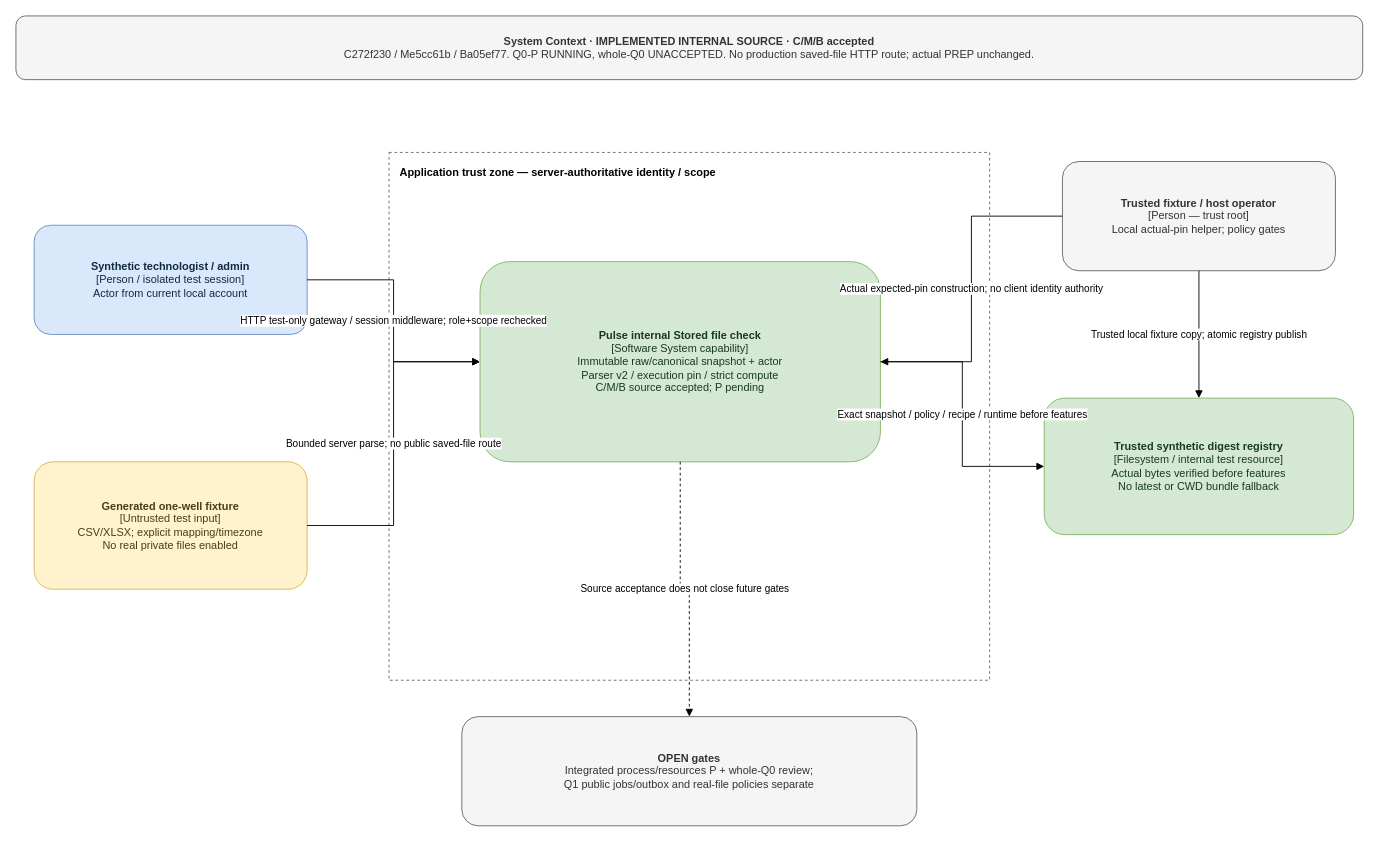
Before: page "C1 Implemented internal — source accepted" (5 of 6) of docs/q0-artifact-pinning.drawio in effitech-pulse/pulse-backend, a draw.io diagram. Source tidied: cells renumbered, new cells numbered last; positions are measured from the earlier drawing's top-left corner, leaving out a move shared by most shapes. Both pictures are drawn from the tidied source at 91%, with x=0, y=0 at pixel (15, 15).
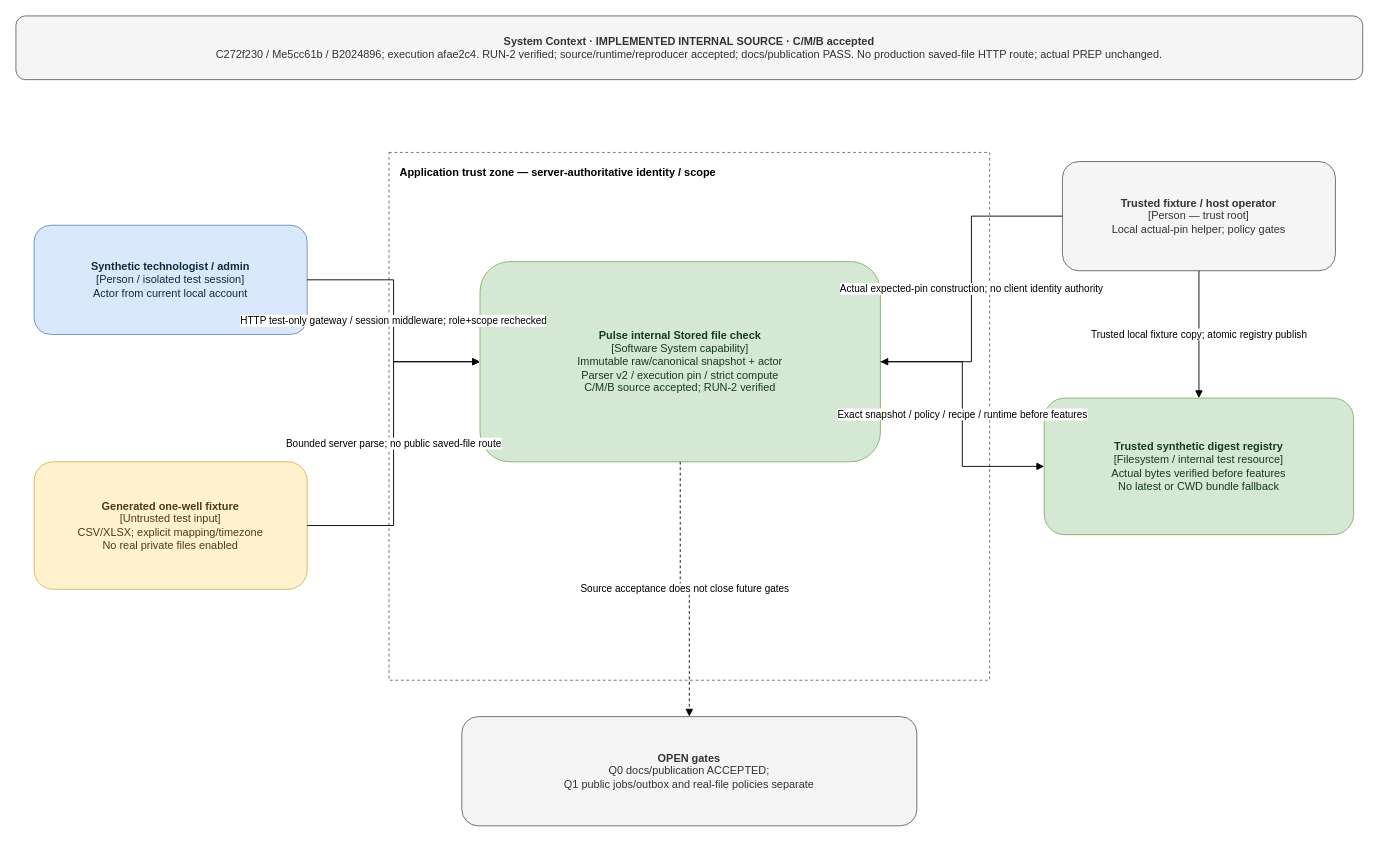
The same page after the edit.

What changed in the source:
```diff
@@
 <mxGraphModel>
   <root>
     <mxCell id="0" />
     <mxCell id="1" parent="0" />
-    <mxCell id="2" value="&lt;b&gt;System Context · IMPLEMENTED INTERNAL SOURCE · C/M/B accepted&lt;/b&gt;&lt;br&gt;C272f230 / Me5cc61b / Ba05ef77. Q0-P RUNNING, whole-Q0 UNACCEPTED. No production saved-file HTTP route; actual PREP unchanged." style="rounded=1;whiteSpace=wrap;html=1;fillColor=#f5f5f5;strokeColor=#666666;fontColor=#333333;" parent="1" vertex="1">
+    <mxCell id="2" value="&lt;b&gt;System Context · IMPLEMENTED INTERNAL SOURCE · C/M/B accepted&lt;/b&gt;&lt;br&gt;C272f230 / Me5cc61b / B2024896; execution afae2c4. RUN-2 verified; source/runtime/reproducer accepted; docs/publication PASS. No production saved-file HTTP route; actual PREP unchanged." style="rounded=1;whiteSpace=wrap;html=1;fillColor=#f5f5f5;strokeColor=#666666;fontColor=#333333;" parent="1" vertex="1">
       <mxGeometry width="1480" height="70" as="geometry" />
     </mxCell>
     <mxCell id="3" value="Application trust zone — server-authoritative identity / scope" style="rounded=0;whiteSpace=wrap;html=1;fillColor=none;strokeColor=#666666;dashed=1;verticalAlign=top;align=left;fontStyle=1;spacingTop=8;spacingLeft=10;" parent="1" vertex="1">
       <mxGeometry x="410" y="150" width="660" height="580" as="geometry" />
     </mxCell>
     <mxCell id="4" value="&lt;b&gt;Synthetic technologist / admin&lt;/b&gt;&lt;br&gt;[Person / isolated test session]&lt;br&gt;Actor from current local account" style="rounded=1;whiteSpace=wrap;html=1;fillColor=#dae8fc;strokeColor=#6c8ebf;fontColor=#102a43;" parent="1" vertex="1">
       <mxGeometry x="20" y="230" width="300" height="120" as="geometry" />
     </mxCell>
     <mxCell id="5" value="&lt;b&gt;Generated one-well fixture&lt;/b&gt;&lt;br&gt;[Untrusted test input]&lt;br&gt;CSV/XLSX; explicit mapping/timezone&lt;br&gt;No real private files enabled" style="rounded=1;whiteSpace=wrap;html=1;fillColor=#fff2cc;strokeColor=#d6b656;fontColor=#4b3d13;" parent="1" vertex="1">
       <mxGeometry x="20" y="490" width="300" height="140" as="geometry" />
     </mxCell>
-    <mxCell id="6" value="&lt;b&gt;Pulse internal Stored file check&lt;/b&gt;&lt;br&gt;[Software System capability]&lt;br&gt;Immutable raw/canonical snapshot + actor&lt;br&gt;Parser v2 / execution pin / strict compute&lt;br&gt;C/M/B source accepted; P pending" style="rounded=1;whiteSpace=wrap;html=1;fillColor=#d5e8d4;strokeColor=#82b366;fontColor=#173a22;" parent="1" vertex="1">
+    <mxCell id="6" value="&lt;b&gt;Pulse internal Stored file check&lt;/b&gt;&lt;br&gt;[Software System capability]&lt;br&gt;Immutable raw/canonical snapshot + actor&lt;br&gt;Parser v2 / execution pin / strict compute&lt;br&gt;C/M/B source accepted; RUN-2 verified" style="rounded=1;whiteSpace=wrap;html=1;fillColor=#d5e8d4;strokeColor=#82b366;fontColor=#173a22;" parent="1" vertex="1">
       <mxGeometry x="510" y="270" width="440" height="220" as="geometry" />
     </mxCell>
     <mxCell id="7" value="&lt;b&gt;Trusted fixture / host operator&lt;/b&gt;&lt;br&gt;[Person — trust root]&lt;br&gt;Local actual-pin helper; policy gates" style="rounded=1;whiteSpace=wrap;html=1;fillColor=#f5f5f5;strokeColor=#666666;fontColor=#333333;" parent="1" vertex="1">
       <mxGeometry x="1150" y="160" width="300" height="120" as="geometry" />
     </mxCell>
     <mxCell id="8" value="&lt;b&gt;Trusted synthetic digest registry&lt;/b&gt;&lt;br&gt;[Filesystem / internal test resource]&lt;br&gt;Actual bytes verified before features&lt;br&gt;No latest or CWD bundle fallback" style="rounded=1;whiteSpace=wrap;html=1;fillColor=#d5e8d4;strokeColor=#82b366;fontColor=#173a22;" parent="1" vertex="1">
       <mxGeometry x="1130" y="420" width="340" height="150" as="geometry" />
     </mxCell>
-    <mxCell id="9" value="&lt;b&gt;OPEN gates&lt;/b&gt;&lt;br&gt;Integrated process/resources P + whole-Q0 review;&lt;br&gt;Q1 public jobs/outbox and real-file policies separate" style="rounded=1;whiteSpace=wrap;html=1;fillColor=#f5f5f5;strokeColor=#666666;fontColor=#333333;" parent="1" vertex="1">
+    <mxCell id="9" value="&lt;b&gt;OPEN gates&lt;/b&gt;&lt;br&gt;Q0 docs/publication ACCEPTED;&lt;br&gt;Q1 public jobs/outbox and real-file policies separate" style="rounded=1;whiteSpace=wrap;html=1;fillColor=#f5f5f5;strokeColor=#666666;fontColor=#333333;" parent="1" vertex="1">
       <mxGeometry x="490" y="770" width="500" height="120" as="geometry" />
     </mxCell>
     <mxCell id="10" value="HTTP test-only gateway / session middleware; role+scope rechecked" style="edgeStyle=orthogonalEdgeStyle;rounded=0;html=1;endArrow=block;endFill=1;" parent="1" edge="1" source="4" target="6">
       <mxGeometry relative="1" as="geometry" />
     </mxCell>
     <mxCell id="11" value="Bounded server parse; no public saved-file route" style="edgeStyle=orthogonalEdgeStyle;rounded=0;html=1;endArrow=block;endFill=1;" parent="1" edge="1" source="5" target="6">
       <mxGeometry relative="1" as="geometry" />
     </mxCell>
     <mxCell id="12" value="Trusted local fixture copy; atomic registry publish" style="edgeStyle=orthogonalEdgeStyle;rounded=0;html=1;endArrow=block;endFill=1;" parent="1" edge="1" source="7" target="8">
       <mxGeometry relative="1" as="geometry" />
     </mxCell>
     <mxCell id="13" value="Actual expected-pin construction; no client identity authority" style="edgeStyle=orthogonalEdgeStyle;rounded=0;html=1;endArrow=block;endFill=1;" parent="1" edge="1" source="7" target="6">
       <mxGeometry relative="1" as="geometry" />
     </mxCell>
     <mxCell id="14" value="Exact snapshot / policy / recipe / runtime before features" style="edgeStyle=orthogonalEdgeStyle;rounded=0;html=1;endArrow=block;endFill=1;" parent="1" edge="1" source="6" target="8">
       <mxGeometry relative="1" as="geometry" />
     </mxCell>
     <mxCell id="15" value="Source acceptance does not close future gates" style="edgeStyle=orthogonalEdgeStyle;rounded=0;html=1;endArrow=block;endFill=1;dashed=1;" parent="1" edge="1" source="6" target="9">
       <mxGeometry relative="1" as="geometry" />
     </mxCell>
   </root>
 </mxGraphModel>
```
